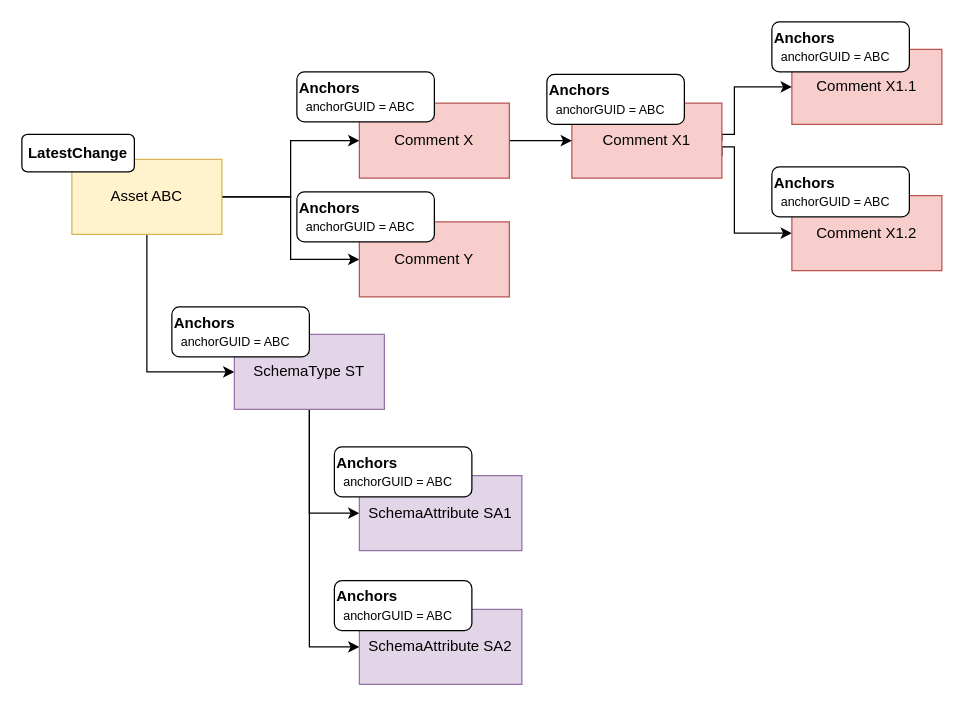
This is page "anchors-classifications-on-dependant-objects" (1 of 6) of site/docs/features/anchor-management/anchor-management.drawio from odpi/egeria-docs, a draw.io file, before an edit. Source tidied: cells renumbered, new cells numbered last; positions are measured from the earlier drawing's top-left corner, leaving out a move shared by most shapes. Both pictures are drawn from the tidied source at 125%, with x=0, y=0 at pixel (21, 21).
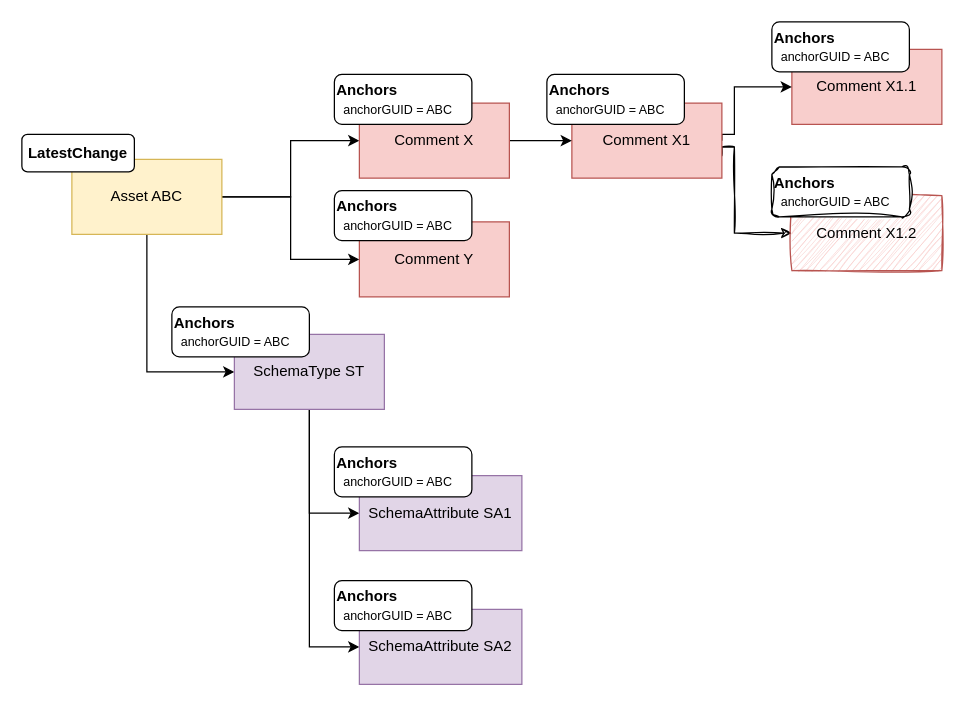
The same page after the edit.

The edit, as a diff of the source:
```diff
@@
-    <mxCell id="14" style="edgeStyle=orthogonalEdgeStyle;rounded=0;jettySize=auto;html=1;exitX=1;exitY=0.5;exitDx=0;exitDy=0;entryX=0;entryY=0.5;entryDx=0;entryDy=0;" parent="1" edge="1" target="18">
+    <mxCell id="14" style="edgeStyle=orthogonalEdgeStyle;rounded=0;jettySize=auto;html=1;exitX=1;exitY=0.5;exitDx=0;exitDy=0;entryX=0;entryY=0.5;entryDx=0;entryDy=0;sketch=1;curveFitting=1;jiggle=2;" parent="1" edge="1" target="18">
       <mxGeometry relative="1" as="geometry">
         <mxPoint x="560" y="107" as="sourcePoint" />
         <Array as="points">
           <mxPoint x="560" y="100" />
           <mxPoint x="570" y="100" />
           <mxPoint x="570" y="169" />
         </Array>
       </mxGeometry>
     </mxCell>
@@
-    <mxCell id="18" value="Comment X1.2" style="rounded=0;whiteSpace=wrap;html=1;fillColor=#f8cecc;strokeColor=#b85450;" parent="1" vertex="1">
+    <mxCell id="18" value="Comment X1.2" style="rounded=0;whiteSpace=wrap;html=1;fillColor=#f8cecc;strokeColor=#b85450;sketch=1;curveFitting=1;jiggle=2;" parent="1" vertex="1">
       <mxGeometry x="616" y="139" width="120" height="60" as="geometry" />
     </mxCell>
@@
     <mxCell id="20" value="&lt;b&gt;Anchors&lt;/b&gt;&lt;br&gt;&lt;font style=&quot;font-size: 10px&quot;&gt;&amp;nbsp; anchorGUID = ABC&lt;/font&gt;" style="rounded=1;whiteSpace=wrap;html=1;align=left;" parent="1" vertex="1">
-      <mxGeometry x="220" y="136" width="110" height="40" as="geometry" />
+      <mxGeometry x="250" y="135" width="110" height="40" as="geometry" />
     </mxCell>
-    <mxCell id="21" value="&lt;b&gt;Anchors&lt;/b&gt;&lt;br&gt;&lt;font style=&quot;font-size: 10px&quot;&gt;&amp;nbsp; anchorGUID = ABC&lt;/font&gt;" style="rounded=1;whiteSpace=wrap;html=1;align=left;" parent="1" vertex="1">
-      <mxGeometry x="220" y="40" width="110" height="40" as="geometry" />
-    </mxCell>
@@
-    <mxCell id="27" value="&lt;b&gt;Anchors&lt;/b&gt;&lt;br&gt;&lt;font style=&quot;font-size: 10px&quot;&gt;&amp;nbsp; anchorGUID = ABC&lt;/font&gt;" style="rounded=1;whiteSpace=wrap;html=1;align=left;" parent="1" vertex="1">
+    <mxCell id="27" value="&lt;b&gt;Anchors&lt;/b&gt;&lt;br&gt;&lt;font style=&quot;font-size: 10px&quot;&gt;&amp;nbsp; anchorGUID = ABC&lt;/font&gt;" style="rounded=1;whiteSpace=wrap;html=1;align=left;sketch=1;curveFitting=1;jiggle=2;" parent="1" vertex="1">
       <mxGeometry x="600" y="116" width="110" height="40" as="geometry" />
     </mxCell>
+    <mxCell id="21" value="&lt;b&gt;Anchors&lt;/b&gt;&lt;br&gt;&lt;font style=&quot;font-size: 10px&quot;&gt;&amp;nbsp; anchorGUID = ABC&lt;/font&gt;" style="rounded=1;whiteSpace=wrap;html=1;align=left;" parent="1" vertex="1">
+      <mxGeometry x="250" y="42" width="110" height="40" as="geometry" />
+    </mxCell>
```
